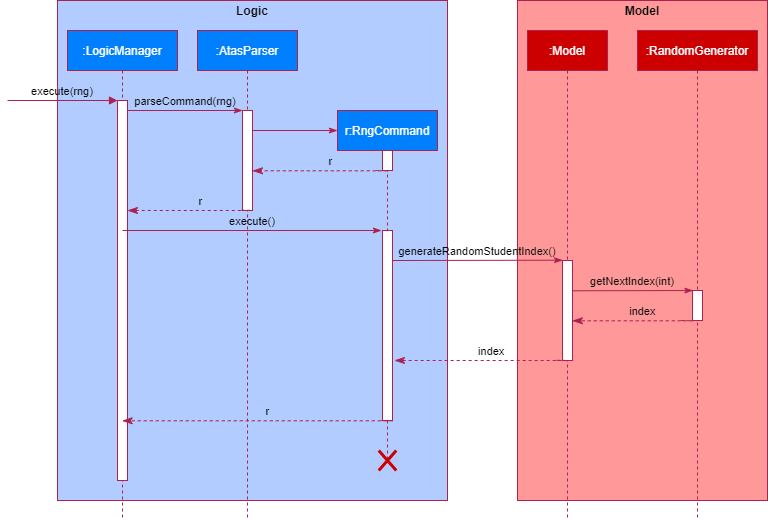
This is docs/images/developer-guide/RngSequenceDiagram.png from nweiyue/tp, a draw.io export, as it was before one commit. Source tidied: cells renumbered, new cells last; positions are measured from the earlier drawing's top-left corner, leaving out a move shared by most shapes. Its diagram source:
```xml
<mxGraphModel>
  <root>
    <mxCell id="0" />
    <mxCell id="1" parent="0" />
    <mxCell id="2" style="rounded=0;whiteSpace=wrap;html=1;strokeColor=#AC2150;fillColor=#B3CCFF;" parent="1" vertex="1">
      <mxGeometry x="50" width="390" height="500" as="geometry" />
    </mxCell>
    <mxCell id="3" style="rounded=0;whiteSpace=wrap;html=1;fillColor=#FF9999;strokeColor=#AC2150;" parent="1" vertex="1">
      <mxGeometry x="510" width="250" height="500" as="geometry" />
    </mxCell>
    <mxCell id="4" value=":LogicManager" style="shape=umlLifeline;perimeter=lifelinePerimeter;rounded=0;shadow=0;strokeWidth=1;fontColor=#FFFFFF;strokeColor=#ac2150;fillColor=#007FFF;" parent="1" vertex="1">
      <mxGeometry x="60" y="30" width="110" height="490" as="geometry" />
    </mxCell>
    <mxCell id="5" style="points=[];perimeter=orthogonalPerimeter;rounded=0;shadow=0;strokeWidth=1;strokeColor=#AC2150;" parent="4" vertex="1">
      <mxGeometry x="50" y="70" width="10" height="380" as="geometry" />
    </mxCell>
    <mxCell id="6" value="execute(rng)" style="verticalAlign=bottom;startArrow=none;endArrow=block;startSize=8;shadow=0;strokeWidth=1;startFill=0;labelBackgroundColor=none;strokeColor=#ac2150;" parent="4" edge="1" target="5">
      <mxGeometry relative="1" as="geometry">
        <mxPoint x="-60" y="70" as="sourcePoint" />
      </mxGeometry>
    </mxCell>
    <mxCell id="7" value=":AtasParser" style="shape=umlLifeline;perimeter=lifelinePerimeter;rounded=0;shadow=0;strokeWidth=1;fontColor=#FFFFFF;strokeColor=#ac2150;fillColor=#007FFF;" parent="1" vertex="1">
      <mxGeometry x="190" y="30" width="100" height="490" as="geometry" />
    </mxCell>
    <mxCell id="8" style="points=[];perimeter=orthogonalPerimeter;rounded=0;shadow=0;strokeWidth=1;strokeColor=#ac2150;" parent="7" vertex="1">
      <mxGeometry x="45" y="80" width="10" height="100" as="geometry" />
    </mxCell>
    <mxCell id="9" value="r" style="verticalAlign=bottom;endArrow=classicThin;dashed=1;endSize=8;exitX=-0.134;exitY=0.997;shadow=0;strokeWidth=1;endFill=1;exitDx=0;exitDy=0;exitPerimeter=0;labelBackgroundColor=none;strokeColor=#ac2150;" parent="1" edge="1" source="8" target="5">
      <mxGeometry relative="1" as="geometry">
        <Array as="points">
          <mxPoint x="250" y="210" />
        </Array>
      </mxGeometry>
    </mxCell>
    <mxCell id="10" value="parseCommand(rng)" style="verticalAlign=bottom;endArrow=classicThin;entryX=0;entryY=0;shadow=0;strokeWidth=1;endFill=1;labelBackgroundColor=none;strokeColor=#ac2150;" parent="1" edge="1" source="5" target="8">
      <mxGeometry relative="1" as="geometry" />
    </mxCell>
    <mxCell id="11" style="verticalAlign=bottom;endArrow=classicThin;shadow=0;strokeWidth=1;endFill=1;strokeColor=#ac2150;" parent="1" edge="1">
      <mxGeometry relative="1" as="geometry">
        <mxPoint x="245" y="130" as="sourcePoint" />
        <mxPoint x="330" y="130" as="targetPoint" />
      </mxGeometry>
    </mxCell>
    <mxCell id="12" value="r:RngCommand" style="shape=umlLifeline;perimeter=lifelinePerimeter;rounded=0;shadow=0;strokeWidth=1;fontColor=#FFFFFF;strokeColor=#ac2150;fillColor=#007FFF;" parent="1" vertex="1">
      <mxGeometry x="330" y="110" width="100" height="350" as="geometry" />
    </mxCell>
    <mxCell id="13" style="perimeter=orthogonalPerimeter;rounded=0;shadow=0;strokeWidth=1;strokeColor=#ac2150;" parent="12" vertex="1">
      <mxGeometry x="45" y="40" width="10" height="20" as="geometry" />
    </mxCell>
    <mxCell id="14" value="execute()" style="verticalAlign=bottom;endArrow=classicThin;shadow=0;strokeWidth=1;endFill=1;labelBackgroundColor=none;strokeColor=#ac2150;" parent="1" edge="1">
      <mxGeometry relative="1" as="geometry">
        <mxPoint x="115" y="230" as="sourcePoint" />
        <mxPoint x="374" y="230" as="targetPoint" />
      </mxGeometry>
    </mxCell>
    <mxCell id="15" value="r" style="verticalAlign=bottom;endArrow=classicThin;dashed=1;endSize=8;exitX=-0.134;exitY=0.997;shadow=0;strokeWidth=1;endFill=1;exitDx=0;exitDy=0;exitPerimeter=0;labelBackgroundColor=none;strokeColor=#AC2150;" parent="1" edge="1" target="8">
      <mxGeometry relative="1" as="geometry">
        <mxPoint x="368.7" y="170" as="sourcePoint" />
        <Array as="points">
          <mxPoint x="385" y="170.3" />
        </Array>
      </mxGeometry>
    </mxCell>
    <mxCell id="16" style="points=[];perimeter=orthogonalPerimeter;rounded=0;shadow=0;strokeWidth=1;strokeColor=#ac2150;" parent="1" vertex="1">
      <mxGeometry x="375" y="230" width="10" height="190" as="geometry" />
    </mxCell>
    <mxCell id="17" value="generateRandomStudentIndex()" style="verticalAlign=bottom;endArrow=classicThin;shadow=0;strokeWidth=1;endFill=1;entryX=0.014;entryY=-0.003;entryDx=0;entryDy=0;entryPerimeter=0;labelBackgroundColor=none;strokeColor=#ac2150;" parent="1" edge="1" target="19">
      <mxGeometry relative="1" as="geometry">
        <mxPoint x="385" y="260" as="sourcePoint" />
      </mxGeometry>
    </mxCell>
    <mxCell id="18" value=":Model" style="shape=umlLifeline;perimeter=lifelinePerimeter;rounded=0;shadow=0;strokeWidth=1;fillColor=#CC0000;fontColor=#FFFFFF;strokeColor=#AC2150;" parent="1" vertex="1">
      <mxGeometry x="520" y="30" width="80" height="490" as="geometry" />
    </mxCell>
    <mxCell id="19" style="points=[];perimeter=orthogonalPerimeter;rounded=0;shadow=0;strokeWidth=1;strokeColor=#AC2150;" parent="18" vertex="1">
      <mxGeometry x="35" y="230" width="10" height="100" as="geometry" />
    </mxCell>
    <mxCell id="20" value="getNextIndex(int)" style="verticalAlign=bottom;endArrow=classicThin;shadow=0;strokeWidth=1;endFill=1;entryX=0.049;entryY=0.001;entryDx=0;entryDy=0;entryPerimeter=0;labelBackgroundColor=none;strokeColor=#ac2150;" parent="1" edge="1" target="22">
      <mxGeometry relative="1" as="geometry">
        <mxPoint x="565" y="290.3" as="sourcePoint" />
      </mxGeometry>
    </mxCell>
    <mxCell id="21" value=":RandomGenerator" style="shape=umlLifeline;perimeter=lifelinePerimeter;rounded=0;shadow=0;strokeWidth=1;fillColor=#CC0000;fontColor=#FFFFFF;strokeColor=#AC2150;" parent="1" vertex="1">
      <mxGeometry x="630" y="30" width="120" height="490" as="geometry" />
    </mxCell>
    <mxCell id="22" style="points=[];perimeter=orthogonalPerimeter;rounded=0;shadow=0;strokeWidth=1;strokeColor=#ac2150;" parent="21" vertex="1">
      <mxGeometry x="55" y="260" width="10" height="30" as="geometry" />
    </mxCell>
    <mxCell id="23" value="index" style="verticalAlign=bottom;endArrow=classicThin;dashed=1;endSize=8;exitX=-0.134;exitY=0.997;shadow=0;strokeWidth=1;endFill=1;exitDx=0;exitDy=0;exitPerimeter=0;entryX=0.988;entryY=0.603;entryDx=0;entryDy=0;entryPerimeter=0;labelBackgroundColor=none;strokeColor=#ac2150;" parent="1" edge="1" target="19">
      <mxGeometry relative="1" as="geometry">
        <mxPoint x="673.7" y="320" as="sourcePoint" />
        <Array as="points">
          <mxPoint x="690" y="320.3" />
        </Array>
      </mxGeometry>
    </mxCell>
    <mxCell id="24" value="index" style="verticalAlign=bottom;endArrow=classicThin;dashed=1;endSize=8;exitX=-0.134;exitY=0.997;shadow=0;strokeWidth=1;endFill=1;exitDx=0;exitDy=0;exitPerimeter=0;labelBackgroundColor=none;strokeColor=#ac2150;" parent="1" edge="1">
      <mxGeometry relative="1" as="geometry">
        <mxPoint x="548.8" y="359.8" as="sourcePoint" />
        <mxPoint x="387" y="360" as="targetPoint" />
        <Array as="points">
          <mxPoint x="565" y="360" />
        </Array>
      </mxGeometry>
    </mxCell>
    <mxCell id="25" value="r" style="verticalAlign=bottom;endArrow=classicThin;dashed=1;endSize=8;exitX=-0.134;exitY=0.997;shadow=0;strokeWidth=1;endFill=1;exitDx=0;exitDy=0;exitPerimeter=0;labelBackgroundColor=none;strokeColor=#ac2150;" parent="1" edge="1">
      <mxGeometry relative="1" as="geometry">
        <mxPoint x="373.7" y="420" as="sourcePoint" />
        <mxPoint x="114.7" y="420.3" as="targetPoint" />
        <Array as="points">
          <mxPoint x="390" y="420.3" />
        </Array>
      </mxGeometry>
    </mxCell>
    <mxCell id="26" style="shape=umlDestroy;whiteSpace=wrap;html=1;strokeWidth=3;fillColor=#cc0000;strokeColor=#CC0000;" parent="1" vertex="1">
      <mxGeometry x="371.2" y="450" width="17.5" height="20" as="geometry" />
    </mxCell>
    <mxCell id="27" value="&lt;b&gt;Logic&lt;/b&gt;" style="text;html=1;strokeColor=none;fillColor=none;align=center;verticalAlign=middle;whiteSpace=wrap;rounded=0;" parent="1" vertex="1">
      <mxGeometry x="225" width="40" height="20" as="geometry" />
    </mxCell>
    <mxCell id="28" value="&lt;b&gt;Model&lt;/b&gt;" style="text;html=1;strokeColor=none;fillColor=none;align=center;verticalAlign=middle;whiteSpace=wrap;rounded=0;" parent="1" vertex="1">
      <mxGeometry x="615" width="40" height="20" as="geometry" />
    </mxCell>
  </root>
</mxGraphModel>
```
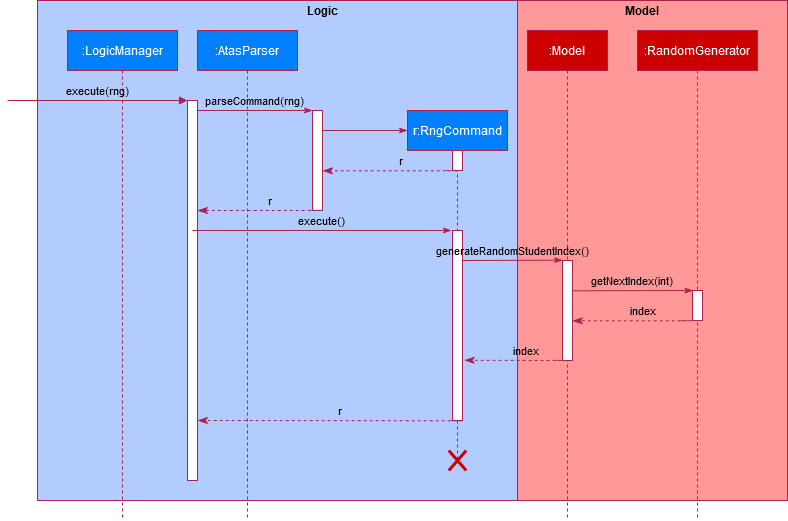
Above is the later version.

Change to the diagram source:
```diff
@@ -3,16 +3,16 @@
     <mxCell id="0" />
     <mxCell id="1" parent="0" />
     <mxCell id="2" style="rounded=0;whiteSpace=wrap;html=1;strokeColor=#AC2150;fillColor=#B3CCFF;" parent="1" vertex="1">
-      <mxGeometry x="50" width="390" height="500" as="geometry" />
+      <mxGeometry x="30" width="480" height="500" as="geometry" />
     </mxCell>
     <mxCell id="3" style="rounded=0;whiteSpace=wrap;html=1;fillColor=#FF9999;strokeColor=#AC2150;" parent="1" vertex="1">
-      <mxGeometry x="510" width="250" height="500" as="geometry" />
+      <mxGeometry x="510" width="270" height="500" as="geometry" />
     </mxCell>
     <mxCell id="4" value=":LogicManager" style="shape=umlLifeline;perimeter=lifelinePerimeter;rounded=0;shadow=0;strokeWidth=1;fontColor=#FFFFFF;strokeColor=#ac2150;fillColor=#007FFF;" parent="1" vertex="1">
       <mxGeometry x="60" y="30" width="110" height="490" as="geometry" />
     </mxCell>
     <mxCell id="5" style="points=[];perimeter=orthogonalPerimeter;rounded=0;shadow=0;strokeWidth=1;strokeColor=#AC2150;" parent="4" vertex="1">
-      <mxGeometry x="50" y="70" width="10" height="380" as="geometry" />
+      <mxGeometry x="120" y="70" width="10" height="380" as="geometry" />
     </mxCell>
     <mxCell id="6" value="execute(rng)" style="verticalAlign=bottom;startArrow=none;endArrow=block;startSize=8;shadow=0;strokeWidth=1;startFill=0;labelBackgroundColor=none;strokeColor=#ac2150;" parent="4" edge="1" target="5">
       <mxGeometry relative="1" as="geometry">
@@ -23,12 +23,12 @@
       <mxGeometry x="190" y="30" width="100" height="490" as="geometry" />
     </mxCell>
     <mxCell id="8" style="points=[];perimeter=orthogonalPerimeter;rounded=0;shadow=0;strokeWidth=1;strokeColor=#ac2150;" parent="7" vertex="1">
-      <mxGeometry x="45" y="80" width="10" height="100" as="geometry" />
+      <mxGeometry x="115" y="80" width="10" height="100" as="geometry" />
     </mxCell>
     <mxCell id="9" value="r" style="verticalAlign=bottom;endArrow=classicThin;dashed=1;endSize=8;exitX=-0.134;exitY=0.997;shadow=0;strokeWidth=1;endFill=1;exitDx=0;exitDy=0;exitPerimeter=0;labelBackgroundColor=none;strokeColor=#ac2150;" parent="1" edge="1" source="8" target="5">
       <mxGeometry relative="1" as="geometry">
         <Array as="points">
-          <mxPoint x="250" y="210" />
+          <mxPoint x="320" y="210" />
         </Array>
       </mxGeometry>
     </mxCell>
@@ -37,36 +37,36 @@
     </mxCell>
     <mxCell id="11" style="verticalAlign=bottom;endArrow=classicThin;shadow=0;strokeWidth=1;endFill=1;strokeColor=#ac2150;" parent="1" edge="1">
       <mxGeometry relative="1" as="geometry">
-        <mxPoint x="245" y="130" as="sourcePoint" />
-        <mxPoint x="330" y="130" as="targetPoint" />
+        <mxPoint x="315" y="130" as="sourcePoint" />
+        <mxPoint x="400" y="130" as="targetPoint" />
       </mxGeometry>
     </mxCell>
     <mxCell id="12" value="r:RngCommand" style="shape=umlLifeline;perimeter=lifelinePerimeter;rounded=0;shadow=0;strokeWidth=1;fontColor=#FFFFFF;strokeColor=#ac2150;fillColor=#007FFF;" parent="1" vertex="1">
-      <mxGeometry x="330" y="110" width="100" height="350" as="geometry" />
+      <mxGeometry x="400" y="110" width="100" height="350" as="geometry" />
     </mxCell>
     <mxCell id="13" style="perimeter=orthogonalPerimeter;rounded=0;shadow=0;strokeWidth=1;strokeColor=#ac2150;" parent="12" vertex="1">
       <mxGeometry x="45" y="40" width="10" height="20" as="geometry" />
     </mxCell>
     <mxCell id="14" value="execute()" style="verticalAlign=bottom;endArrow=classicThin;shadow=0;strokeWidth=1;endFill=1;labelBackgroundColor=none;strokeColor=#ac2150;" parent="1" edge="1">
       <mxGeometry relative="1" as="geometry">
-        <mxPoint x="115" y="230" as="sourcePoint" />
-        <mxPoint x="374" y="230" as="targetPoint" />
+        <mxPoint x="185" y="230" as="sourcePoint" />
+        <mxPoint x="444" y="230" as="targetPoint" />
       </mxGeometry>
     </mxCell>
     <mxCell id="15" value="r" style="verticalAlign=bottom;endArrow=classicThin;dashed=1;endSize=8;exitX=-0.134;exitY=0.997;shadow=0;strokeWidth=1;endFill=1;exitDx=0;exitDy=0;exitPerimeter=0;labelBackgroundColor=none;strokeColor=#AC2150;" parent="1" edge="1" target="8">
       <mxGeometry relative="1" as="geometry">
-        <mxPoint x="368.7" y="170" as="sourcePoint" />
+        <mxPoint x="438.7" y="170" as="sourcePoint" />
         <Array as="points">
-          <mxPoint x="385" y="170.3" />
+          <mxPoint x="455" y="170.3" />
         </Array>
       </mxGeometry>
     </mxCell>
     <mxCell id="16" style="points=[];perimeter=orthogonalPerimeter;rounded=0;shadow=0;strokeWidth=1;strokeColor=#ac2150;" parent="1" vertex="1">
-      <mxGeometry x="375" y="230" width="10" height="190" as="geometry" />
+      <mxGeometry x="445" y="230" width="10" height="190" as="geometry" />
     </mxCell>
     <mxCell id="17" value="generateRandomStudentIndex()" style="verticalAlign=bottom;endArrow=classicThin;shadow=0;strokeWidth=1;endFill=1;entryX=0.014;entryY=-0.003;entryDx=0;entryDy=0;entryPerimeter=0;labelBackgroundColor=none;strokeColor=#ac2150;" parent="1" edge="1" target="19">
       <mxGeometry relative="1" as="geometry">
-        <mxPoint x="385" y="260" as="sourcePoint" />
+        <mxPoint x="455" y="260" as="sourcePoint" />
       </mxGeometry>
     </mxCell>
     <mxCell id="18" value=":Model" style="shape=umlLifeline;perimeter=lifelinePerimeter;rounded=0;shadow=0;strokeWidth=1;fillColor=#CC0000;fontColor=#FFFFFF;strokeColor=#AC2150;" parent="1" vertex="1">
@@ -94,10 +94,9 @@
         </Array>
       </mxGeometry>
     </mxCell>
-    <mxCell id="24" value="index" style="verticalAlign=bottom;endArrow=classicThin;dashed=1;endSize=8;exitX=-0.134;exitY=0.997;shadow=0;strokeWidth=1;endFill=1;exitDx=0;exitDy=0;exitPerimeter=0;labelBackgroundColor=none;strokeColor=#ac2150;" parent="1" edge="1">
+    <mxCell id="24" value="index" style="verticalAlign=bottom;endArrow=classicThin;dashed=1;endSize=8;exitX=-0.134;exitY=0.997;shadow=0;strokeWidth=1;endFill=1;exitDx=0;exitDy=0;exitPerimeter=0;labelBackgroundColor=none;strokeColor=#ac2150;entryX=1.172;entryY=0.683;entryDx=0;entryDy=0;entryPerimeter=0;" parent="1" edge="1" target="16">
       <mxGeometry relative="1" as="geometry">
         <mxPoint x="548.8" y="359.8" as="sourcePoint" />
-        <mxPoint x="387" y="360" as="targetPoint" />
         <Array as="points">
           <mxPoint x="565" y="360" />
         </Array>
@@ -105,18 +104,18 @@
     </mxCell>
     <mxCell id="25" value="r" style="verticalAlign=bottom;endArrow=classicThin;dashed=1;endSize=8;exitX=-0.134;exitY=0.997;shadow=0;strokeWidth=1;endFill=1;exitDx=0;exitDy=0;exitPerimeter=0;labelBackgroundColor=none;strokeColor=#ac2150;" parent="1" edge="1">
       <mxGeometry relative="1" as="geometry">
-        <mxPoint x="373.7" y="420" as="sourcePoint" />
-        <mxPoint x="114.7" y="420.3" as="targetPoint" />
+        <mxPoint x="443.7" y="420" as="sourcePoint" />
+        <mxPoint x="190" y="420" as="targetPoint" />
         <Array as="points">
-          <mxPoint x="390" y="420.3" />
+          <mxPoint x="460" y="420.3" />
         </Array>
       </mxGeometry>
     </mxCell>
     <mxCell id="26" style="shape=umlDestroy;whiteSpace=wrap;html=1;strokeWidth=3;fillColor=#cc0000;strokeColor=#CC0000;" parent="1" vertex="1">
-      <mxGeometry x="371.2" y="450" width="17.5" height="20" as="geometry" />
+      <mxGeometry x="441.2" y="450" width="17.5" height="20" as="geometry" />
     </mxCell>
     <mxCell id="27" value="&lt;b&gt;Logic&lt;/b&gt;" style="text;html=1;strokeColor=none;fillColor=none;align=center;verticalAlign=middle;whiteSpace=wrap;rounded=0;" parent="1" vertex="1">
-      <mxGeometry x="225" width="40" height="20" as="geometry" />
+      <mxGeometry x="295" width="40" height="20" as="geometry" />
     </mxCell>
     <mxCell id="28" value="&lt;b&gt;Model&lt;/b&gt;" style="text;html=1;strokeColor=none;fillColor=none;align=center;verticalAlign=middle;whiteSpace=wrap;rounded=0;" parent="1" vertex="1">
       <mxGeometry x="615" width="40" height="20" as="geometry" />
```
